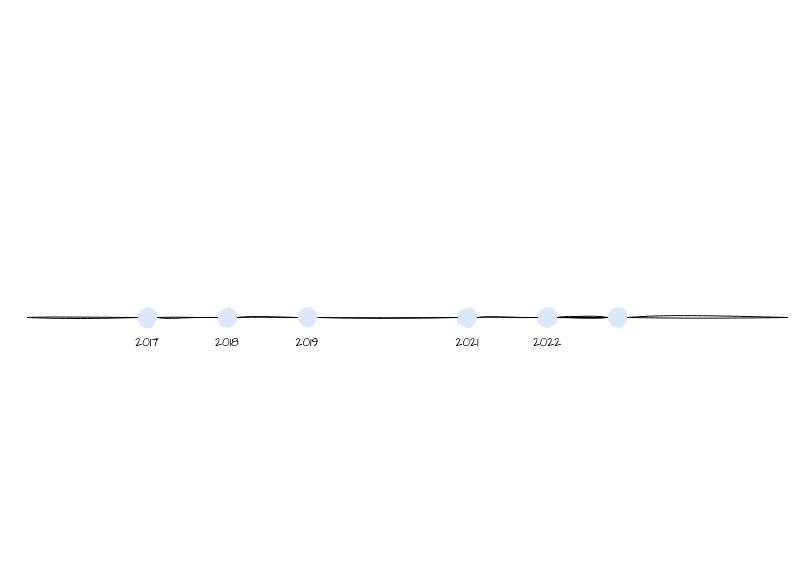
yindongjun/gangzhang.github.io keeps this draw.io diagram as Spring timeline.drawio. Above is the earlier version. Source tidied: cells renumbered, new cells numbered last; positions are measured from the earlier drawing's top-left corner, leaving out a move shared by most shapes. Both pictures are drawn from the tidied source at 100%, with x=0, y=0 at pixel (27, 307).
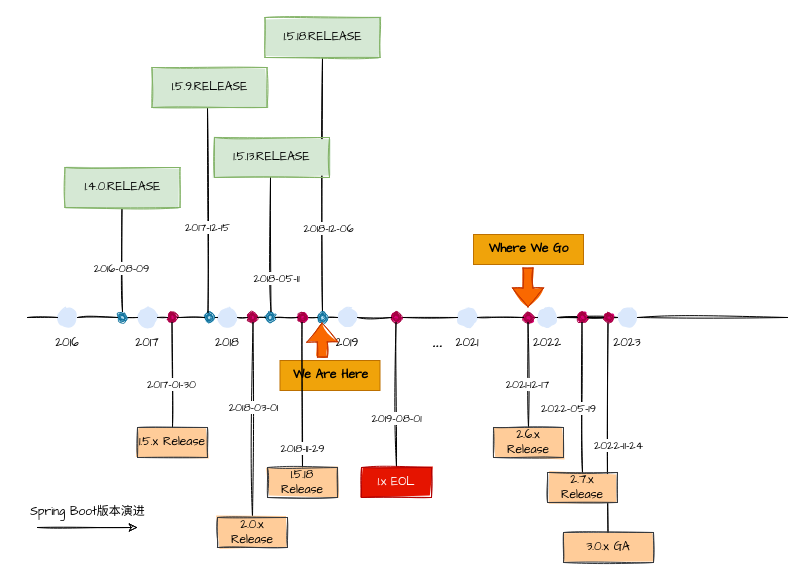
The same diagram, later.

Unchanged cells that the change refers to:
```xml
<mxCell id="3" style="ellipse;shape=doubleEllipse;whiteSpace=wrap;html=1;sketch=1;fillColor=#dae8fc;strokeColor=none;fillStyle=solid;gradientColor=none;" parent="1" vertex="1">
  <mxGeometry x="110" width="20" height="20" as="geometry" />
</mxCell>
<mxCell id="5" style="ellipse;shape=doubleEllipse;whiteSpace=wrap;html=1;sketch=1;fillColor=#dae8fc;strokeColor=none;fillStyle=solid;gradientColor=none;" parent="1" vertex="1">
  <mxGeometry x="190" width="20" height="20" as="geometry" />
</mxCell>
<mxCell id="7" style="ellipse;shape=doubleEllipse;whiteSpace=wrap;html=1;sketch=1;fillColor=#dae8fc;strokeColor=none;fillStyle=solid;gradientColor=none;" parent="1" vertex="1">
  <mxGeometry x="430" width="20" height="20" as="geometry" />
</mxCell>
<mxCell id="19" style="ellipse;shape=doubleEllipse;whiteSpace=wrap;html=1;sketch=1;fillColor=#dae8fc;strokeColor=none;fillStyle=solid;gradientColor=none;" parent="1" vertex="1">
  <mxGeometry x="510" width="20" height="20" as="geometry" />
</mxCell>
```

What changed in the source:
```diff
@@
+    <mxCell id="22" style="endArrow=none;html=1;rounded=0;sketch=1;fontFamily=Comic Sans MS;" parent="1" edge="1">
+      <mxGeometry relative="1" as="geometry">
+        <mxPoint x="295" y="5" as="sourcePoint" />
+        <mxPoint x="295" y="-250" as="targetPoint" />
+      </mxGeometry>
+    </mxCell>
+    <mxCell id="23" value="2018-12-06" style="edgeLabel;html=1;align=center;verticalAlign=middle;fontFamily=Comic Sans MS;" parent="22" vertex="1">
+      <mxGeometry x="-0.16" y="1" relative="1" as="geometry">
+        <mxPoint x="6" y="22" as="offset" />
+      </mxGeometry>
+    </mxCell>
+    <mxCell id="24" style="endArrow=none;html=1;rounded=0;sketch=1;fontFamily=Comic Sans MS;" parent="1" edge="1">
+      <mxGeometry relative="1" as="geometry">
+        <mxPoint x="580.5" y="225" as="sourcePoint" />
+        <mxPoint x="580.5" y="15" as="targetPoint" />
+      </mxGeometry>
+    </mxCell>
+    <mxCell id="25" value="2022-11-24" style="edgeLabel;html=1;align=center;verticalAlign=middle;fontFamily=Comic Sans MS;" parent="24" vertex="1">
+      <mxGeometry x="-0.16" y="1" relative="1" as="geometry">
+        <mxPoint x="11" as="offset" />
+      </mxGeometry>
+    </mxCell>
@@
-    <mxCell id="4" style="endArrow=none;html=1;rounded=0;sketch=1;" parent="1" edge="1" target="3">
-      <mxGeometry relative="1" as="geometry">
-        <mxPoint y="10" as="sourcePoint" />
-      </mxGeometry>
+    <mxCell id="4" style="endArrow=none;html=1;rounded=0;sketch=1;startArrow=none;" parent="1" edge="1" source="49" target="3">
+      <mxGeometry relative="1" as="geometry" />
     </mxCell>
@@
-    <mxCell id="6" style="endArrow=none;html=1;rounded=0;sketch=1;startArrow=none;" parent="1" edge="1" source="3" target="5">
+    <mxCell id="6" style="endArrow=none;html=1;rounded=0;sketch=1;startArrow=none;" parent="1" edge="1" source="61" target="5">
       <mxGeometry relative="1" as="geometry" />
     </mxCell>
@@
-    <mxCell id="8" style="endArrow=none;html=1;rounded=0;sketch=1;startArrow=none;" parent="1" edge="1" source="13" target="7">
+    <mxCell id="8" style="endArrow=none;html=1;rounded=0;sketch=1;startArrow=none;" parent="1" edge="1" source="83" target="7">
       <mxGeometry relative="1" as="geometry" />
     </mxCell>
@@
     <mxCell id="13" style="ellipse;shape=doubleEllipse;whiteSpace=wrap;html=1;sketch=1;fillColor=#dae8fc;strokeColor=none;fillStyle=solid;gradientColor=none;" parent="1" vertex="1">
-      <mxGeometry x="270" width="20" height="20" as="geometry" />
+      <mxGeometry x="310" width="20" height="20" as="geometry" />
     </mxCell>
-    <mxCell id="14" style="endArrow=none;html=1;rounded=0;sketch=1;startArrow=none;" parent="1" edge="1" source="5" target="13">
+    <mxCell id="14" style="endArrow=none;html=1;rounded=0;sketch=1;startArrow=none;" parent="1" edge="1" source="71" target="13">
       <mxGeometry relative="1" as="geometry" />
     </mxCell>
     <mxCell id="15" value="&lt;font face=&quot;Comic Sans MS&quot;&gt;2019&lt;/font&gt;" style="whiteSpace=wrap;html=1;fillColor=none;strokeColor=none;sketch=1;fillStyle=solid;gradientColor=none;" parent="1" vertex="1">
-      <mxGeometry x="230" y="20" width="100" height="30" as="geometry" />
+      <mxGeometry x="270" y="20" width="100" height="30" as="geometry" />
     </mxCell>
     <mxCell id="16" style="ellipse;shape=doubleEllipse;whiteSpace=wrap;html=1;sketch=1;fillColor=#dae8fc;strokeColor=none;fillStyle=solid;gradientColor=none;" parent="1" vertex="1">
-      <mxGeometry x="580" width="20" height="20" as="geometry" />
+      <mxGeometry x="590" width="20" height="20" as="geometry" />
     </mxCell>
-    <mxCell id="17" style="endArrow=none;html=1;rounded=0;sketch=1;startArrow=none;" parent="1" edge="1" source="19" target="16">
+    <mxCell id="17" style="endArrow=none;html=1;rounded=0;sketch=1;startArrow=none;" parent="1" edge="1" source="44" target="16">
       <mxGeometry relative="1" as="geometry" />
     </mxCell>
@@
-    <mxCell id="20" style="endArrow=none;html=1;rounded=0;sketch=1;startArrow=none;" parent="1" edge="1" source="7" target="19">
+    <mxCell id="20" style="endArrow=none;html=1;rounded=0;sketch=1;startArrow=none;" parent="1" edge="1" source="34" target="19">
       <mxGeometry relative="1" as="geometry" />
     </mxCell>
@@
+    <mxCell id="26" style="ellipse;shape=doubleEllipse;whiteSpace=wrap;html=1;sketch=1;fillColor=#d80073;strokeColor=#A50040;fillStyle=solid;fontColor=#ffffff;" parent="1" vertex="1">
+      <mxGeometry x="140" y="5" width="10" height="10" as="geometry" />
+    </mxCell>
+    <mxCell id="27" style="endArrow=none;html=1;rounded=0;sketch=1;startArrow=none;" parent="1" edge="1" source="3" target="26">
+      <mxGeometry relative="1" as="geometry" />
+    </mxCell>
+    <mxCell id="28" style="endArrow=none;html=1;rounded=0;sketch=1;fontFamily=Comic Sans MS;" parent="1" edge="1">
+      <mxGeometry relative="1" as="geometry">
+        <mxPoint x="145" y="120" as="sourcePoint" />
+        <mxPoint x="144.5" y="15" as="targetPoint" />
+      </mxGeometry>
+    </mxCell>
+    <mxCell id="29" value="2017-01-30" style="edgeLabel;html=1;align=center;verticalAlign=middle;fontFamily=Comic Sans MS;" parent="28" vertex="1">
+      <mxGeometry x="-0.16" y="1" relative="1" as="geometry" />
+    </mxCell>
+    <mxCell id="30" style="ellipse;shape=doubleEllipse;whiteSpace=wrap;html=1;sketch=1;fillColor=#d80073;strokeColor=#A50040;fillStyle=solid;fontColor=#ffffff;" parent="1" vertex="1">
+      <mxGeometry x="220" y="5" width="10" height="10" as="geometry" />
+    </mxCell>
+    <mxCell id="31" style="endArrow=none;html=1;rounded=0;sketch=1;startArrow=none;" parent="1" edge="1" source="5" target="30">
+      <mxGeometry relative="1" as="geometry" />
+    </mxCell>
+    <mxCell id="32" style="endArrow=none;html=1;rounded=0;sketch=1;fontFamily=Comic Sans MS;exitX=0.5;exitY=0;exitDx=0;exitDy=0;" parent="1" edge="1" source="54">
+      <mxGeometry relative="1" as="geometry">
+        <mxPoint x="225.5" y="15" as="targetPoint" />
+      </mxGeometry>
+    </mxCell>
+    <mxCell id="33" value="2018-03-01" style="edgeLabel;html=1;align=center;verticalAlign=middle;fontFamily=Comic Sans MS;" parent="32" vertex="1">
+      <mxGeometry x="-0.16" y="1" relative="1" as="geometry">
+        <mxPoint x="1" y="-28" as="offset" />
+      </mxGeometry>
+    </mxCell>
+    <mxCell id="34" style="ellipse;shape=doubleEllipse;whiteSpace=wrap;html=1;sketch=1;fillColor=#d80073;strokeColor=#A50040;fillStyle=solid;fontColor=#ffffff;" parent="1" vertex="1">
+      <mxGeometry x="496" y="5" width="10" height="10" as="geometry" />
+    </mxCell>
+    <mxCell id="35" style="endArrow=none;html=1;rounded=0;sketch=1;startArrow=none;" parent="1" edge="1" source="7" target="34">
+      <mxGeometry relative="1" as="geometry" />
+    </mxCell>
+    <mxCell id="36" style="endArrow=none;html=1;rounded=0;sketch=1;fontFamily=Comic Sans MS;" parent="1" edge="1">
+      <mxGeometry relative="1" as="geometry">
+        <mxPoint x="501" y="120" as="sourcePoint" />
+        <mxPoint x="500.5" y="15" as="targetPoint" />
+      </mxGeometry>
+    </mxCell>
+    <mxCell id="37" value="2021-12-17" style="edgeLabel;html=1;align=center;verticalAlign=middle;fontFamily=Comic Sans MS;" parent="36" vertex="1">
+      <mxGeometry x="-0.16" y="1" relative="1" as="geometry" />
+    </mxCell>
+    <mxCell id="38" style="ellipse;shape=doubleEllipse;whiteSpace=wrap;html=1;sketch=1;fillColor=#d80073;strokeColor=#A50040;fillStyle=solid;fontColor=#ffffff;" parent="1" vertex="1">
+      <mxGeometry x="550" y="5" width="10" height="10" as="geometry" />
+    </mxCell>
+    <mxCell id="39" style="endArrow=none;html=1;rounded=0;sketch=1;startArrow=none;" parent="1" edge="1" source="19" target="38">
+      <mxGeometry relative="1" as="geometry" />
+    </mxCell>
+    <mxCell id="40" style="endArrow=none;html=1;rounded=0;sketch=1;fontFamily=Comic Sans MS;" parent="1" edge="1">
+      <mxGeometry relative="1" as="geometry">
+        <mxPoint x="555" y="165" as="sourcePoint" />
+        <mxPoint x="554.5" y="15" as="targetPoint" />
+      </mxGeometry>
+    </mxCell>
+    <mxCell id="41" value="2022-05-19" style="edgeLabel;html=1;align=center;verticalAlign=middle;fontFamily=Comic Sans MS;" parent="40" vertex="1">
+      <mxGeometry x="-0.16" y="1" relative="1" as="geometry">
+        <mxPoint x="-13" y="-2" as="offset" />
+      </mxGeometry>
+    </mxCell>
+    <mxCell id="42" value="&lt;font face=&quot;Comic Sans MS&quot;&gt;2023&lt;/font&gt;" style="whiteSpace=wrap;html=1;fillColor=none;strokeColor=none;sketch=1;fillStyle=solid;gradientColor=none;" parent="1" vertex="1">
+      <mxGeometry x="550" y="20" width="100" height="30" as="geometry" />
+    </mxCell>
+    <mxCell id="43" value="&lt;font style=&quot;font-size: 24px;&quot;&gt;...&lt;/font&gt;" style="text;html=1;align=center;verticalAlign=middle;strokeColor=none;fillColor=none;fontFamily=Comic Sans MS;" parent="1" vertex="1">
+      <mxGeometry x="390" y="13" width="40" height="40" as="geometry" />
+    </mxCell>
+    <mxCell id="44" style="ellipse;shape=doubleEllipse;whiteSpace=wrap;html=1;sketch=1;fillColor=#d80073;strokeColor=#A50040;fillStyle=solid;fontColor=#ffffff;" parent="1" vertex="1">
+      <mxGeometry x="576" y="5" width="10" height="10" as="geometry" />
+    </mxCell>
+    <mxCell id="45" style="endArrow=none;html=1;rounded=0;sketch=1;startArrow=none;" parent="1" edge="1" source="38" target="44">
+      <mxGeometry relative="1" as="geometry" />
+    </mxCell>
+    <mxCell id="46" style="ellipse;shape=doubleEllipse;whiteSpace=wrap;html=1;sketch=1;fillColor=#dae8fc;strokeColor=none;fillStyle=solid;gradientColor=none;" parent="1" vertex="1">
+      <mxGeometry x="30" width="20" height="20" as="geometry" />
+    </mxCell>
+    <mxCell id="47" style="endArrow=none;html=1;rounded=0;sketch=1;" parent="1" edge="1" target="46">
+      <mxGeometry relative="1" as="geometry">
+        <mxPoint y="10" as="sourcePoint" />
+      </mxGeometry>
+    </mxCell>
+    <mxCell id="48" value="&lt;font face=&quot;Comic Sans MS&quot;&gt;2016&lt;/font&gt;" style="whiteSpace=wrap;html=1;fillColor=none;strokeColor=none;sketch=1;fillStyle=solid;gradientColor=none;" parent="1" vertex="1">
+      <mxGeometry x="-10" y="20" width="100" height="30" as="geometry" />
+    </mxCell>
+    <mxCell id="49" style="ellipse;shape=doubleEllipse;whiteSpace=wrap;html=1;sketch=1;fillColor=#b1ddf0;strokeColor=#10739e;fillStyle=solid;" parent="1" vertex="1">
+      <mxGeometry x="90" y="5" width="10" height="10" as="geometry" />
+    </mxCell>
+    <mxCell id="50" style="endArrow=none;html=1;rounded=0;sketch=1;startArrow=none;" parent="1" edge="1" source="46" target="49">
+      <mxGeometry relative="1" as="geometry" />
+    </mxCell>
+    <mxCell id="51" style="endArrow=none;html=1;rounded=0;sketch=1;fontFamily=Comic Sans MS;" parent="1" edge="1">
+      <mxGeometry relative="1" as="geometry">
+        <mxPoint x="95" y="4" as="sourcePoint" />
+        <mxPoint x="94.5" y="-101" as="targetPoint" />
+      </mxGeometry>
+    </mxCell>
+    <mxCell id="52" value="2016-08-09" style="edgeLabel;html=1;align=center;verticalAlign=middle;fontFamily=Comic Sans MS;" parent="51" vertex="1">
+      <mxGeometry x="-0.16" y="1" relative="1" as="geometry" />
+    </mxCell>
+    <mxCell id="53" value="&lt;span style=&quot;&quot;&gt;1.5.x Release&lt;/span&gt;" style="rounded=0;whiteSpace=wrap;html=1;sketch=1;fillStyle=solid;strokeColor=#36393d;fontFamily=Comic Sans MS;fontSize=12;fillColor=#ffcc99;" parent="1" vertex="1">
+      <mxGeometry x="110" y="120" width="70" height="30" as="geometry" />
+    </mxCell>
+    <mxCell id="54" value="&lt;span style=&quot;&quot;&gt;2.0.x Release&lt;/span&gt;" style="rounded=0;whiteSpace=wrap;html=1;sketch=1;fillStyle=solid;strokeColor=#36393d;fontFamily=Comic Sans MS;fontSize=12;fillColor=#ffcc99;" parent="1" vertex="1">
+      <mxGeometry x="190" y="210" width="70" height="30" as="geometry" />
+    </mxCell>
+    <mxCell id="55" value="&lt;span style=&quot;&quot;&gt;2.6.x Release&lt;/span&gt;" style="rounded=0;whiteSpace=wrap;html=1;sketch=1;fillStyle=solid;strokeColor=#36393d;fontFamily=Comic Sans MS;fontSize=12;fillColor=#ffcc99;" parent="1" vertex="1">
+      <mxGeometry x="466" y="120" width="70" height="30" as="geometry" />
+    </mxCell>
+    <mxCell id="56" value="&lt;span style=&quot;&quot;&gt;2.7.x Release&lt;/span&gt;" style="rounded=0;whiteSpace=wrap;html=1;sketch=1;fillStyle=solid;strokeColor=#36393d;fontFamily=Comic Sans MS;fontSize=12;fillColor=#ffcc99;" parent="1" vertex="1">
+      <mxGeometry x="520" y="165" width="70" height="30" as="geometry" />
+    </mxCell>
+    <mxCell id="57" value="&lt;span style=&quot;&quot;&gt;3.0.x GA&lt;/span&gt;" style="rounded=0;whiteSpace=wrap;html=1;sketch=1;fillStyle=solid;strokeColor=#36393d;fontFamily=Comic Sans MS;fontSize=12;fillColor=#ffcc99;" parent="1" vertex="1">
+      <mxGeometry x="536" y="225" width="90" height="30" as="geometry" />
+    </mxCell>
+    <mxCell id="58" value="&lt;span style=&quot;&quot;&gt;1.4.0.RELEASE&lt;/span&gt;" style="rounded=0;whiteSpace=wrap;html=1;sketch=1;fillStyle=solid;strokeColor=#82b366;fontFamily=Comic Sans MS;fontSize=12;fillColor=#d5e8d4;" parent="1" vertex="1">
+      <mxGeometry x="37.5" y="-140" width="115" height="40" as="geometry" />
+    </mxCell>
+    <mxCell id="59" style="endArrow=classic;html=1;rounded=0;sketch=1;fontFamily=Comic Sans MS;fontSize=12;" parent="1" edge="1">
+      <mxGeometry relative="1" as="geometry">
+        <mxPoint x="10" y="220" as="sourcePoint" />
+        <mxPoint x="110" y="220" as="targetPoint" />
+      </mxGeometry>
+    </mxCell>
+    <mxCell id="60" value="Spring Boot版本演进" style="text;html=1;align=center;verticalAlign=middle;strokeColor=none;fillColor=none;fontSize=12;fontFamily=Comic Sans MS;" parent="1" vertex="1">
+      <mxGeometry x="-10" y="190" width="140" height="30" as="geometry" />
+    </mxCell>
+    <mxCell id="61" style="ellipse;shape=doubleEllipse;whiteSpace=wrap;html=1;sketch=1;fillColor=#b1ddf0;strokeColor=#10739e;fillStyle=solid;" parent="1" vertex="1">
+      <mxGeometry x="177" y="5" width="10" height="10" as="geometry" />
+    </mxCell>
+    <mxCell id="62" style="endArrow=none;html=1;rounded=0;sketch=1;startArrow=none;" parent="1" edge="1" source="26" target="61">
+      <mxGeometry relative="1" as="geometry" />
+    </mxCell>
+    <mxCell id="63" style="endArrow=none;html=1;rounded=0;sketch=1;fontFamily=Comic Sans MS;" parent="1" edge="1">
+      <mxGeometry relative="1" as="geometry">
+        <mxPoint x="180.5" y="5" as="sourcePoint" />
+        <mxPoint x="180" y="-200" as="targetPoint" />
+      </mxGeometry>
+    </mxCell>
+    <mxCell id="64" value="2017-12-15" style="edgeLabel;html=1;align=center;verticalAlign=middle;fontFamily=Comic Sans MS;" parent="63" vertex="1">
+      <mxGeometry x="-0.16" y="1" relative="1" as="geometry" />
+    </mxCell>
+    <mxCell id="65" value="&lt;span style=&quot;&quot;&gt;1.5.9.RELEASE&lt;/span&gt;" style="rounded=0;whiteSpace=wrap;html=1;sketch=1;fillStyle=solid;strokeColor=#82b366;fontFamily=Comic Sans MS;fontSize=12;fillColor=#d5e8d4;" parent="1" vertex="1">
+      <mxGeometry x="124.5" y="-240" width="115" height="40" as="geometry" />
+    </mxCell>
+    <mxCell id="66" style="ellipse;shape=doubleEllipse;whiteSpace=wrap;html=1;sketch=1;fillColor=#b1ddf0;strokeColor=#10739e;fillStyle=solid;" parent="1" vertex="1">
+      <mxGeometry x="238" y="5" width="10" height="10" as="geometry" />
+    </mxCell>
+    <mxCell id="67" style="endArrow=none;html=1;rounded=0;sketch=1;startArrow=none;" parent="1" edge="1" source="30" target="66">
+      <mxGeometry relative="1" as="geometry" />
+    </mxCell>
+    <mxCell id="68" style="endArrow=none;html=1;rounded=0;sketch=1;fontFamily=Comic Sans MS;" parent="1" edge="1">
+      <mxGeometry relative="1" as="geometry">
+        <mxPoint x="243.5" y="4" as="sourcePoint" />
+        <mxPoint x="243" y="-130" as="targetPoint" />
+      </mxGeometry>
+    </mxCell>
+    <mxCell id="69" value="2018-05-11" style="edgeLabel;html=1;align=center;verticalAlign=middle;fontFamily=Comic Sans MS;" parent="68" vertex="1">
+      <mxGeometry x="-0.16" y="1" relative="1" as="geometry">
+        <mxPoint x="6" y="22" as="offset" />
+      </mxGeometry>
+    </mxCell>
+    <mxCell id="70" value="&lt;span style=&quot;&quot;&gt;1.5.13.RELEASE&lt;/span&gt;" style="rounded=0;whiteSpace=wrap;html=1;sketch=1;fillStyle=solid;strokeColor=#82b366;fontFamily=Comic Sans MS;fontSize=12;fillColor=#d5e8d4;" parent="1" vertex="1">
+      <mxGeometry x="187" y="-170" width="115" height="40" as="geometry" />
+    </mxCell>
+    <mxCell id="71" style="ellipse;shape=doubleEllipse;whiteSpace=wrap;html=1;sketch=1;fillColor=#b1ddf0;strokeColor=#10739e;fillStyle=solid;" parent="1" vertex="1">
+      <mxGeometry x="290" y="5" width="10" height="10" as="geometry" />
+    </mxCell>
+    <mxCell id="72" style="endArrow=none;html=1;rounded=0;sketch=1;startArrow=none;" parent="1" edge="1" source="76" target="71">
+      <mxGeometry relative="1" as="geometry" />
+    </mxCell>
+    <mxCell id="73" value="&lt;span style=&quot;&quot;&gt;1.5.18.RELEASE&lt;/span&gt;" style="rounded=0;whiteSpace=wrap;html=1;sketch=1;fillStyle=solid;strokeColor=#82b366;fontFamily=Comic Sans MS;fontSize=12;fillColor=#d5e8d4;" parent="1" vertex="1">
+      <mxGeometry x="237.5" y="-290" width="115" height="40" as="geometry" />
+    </mxCell>
+    <mxCell id="74" style="shape=flexArrow;endArrow=classic;html=1;rounded=0;sketch=1;fontFamily=Comic Sans MS;fontSize=12;fontColor=#FFB570;fillColor=#fa6800;strokeColor=#C73500;fillStyle=solid;" parent="1" edge="1">
+      <mxGeometry relative="1" as="geometry">
+        <mxPoint x="295" y="50" as="sourcePoint" />
+        <mxPoint x="294.5" y="15" as="targetPoint" />
+      </mxGeometry>
+    </mxCell>
+    <mxCell id="75" value="&lt;b&gt;We Are Here&lt;/b&gt;" style="text;html=1;align=center;verticalAlign=middle;strokeColor=#BD7000;fillColor=#f0a30a;fontSize=12;fontFamily=Comic Sans MS;fontColor=#000000;" parent="1" vertex="1">
+      <mxGeometry x="252.5" y="53" width="100" height="30" as="geometry" />
+    </mxCell>
+    <mxCell id="76" style="ellipse;shape=doubleEllipse;whiteSpace=wrap;html=1;sketch=1;fillColor=#d80073;strokeColor=#A50040;fillStyle=solid;fontColor=#ffffff;" parent="1" vertex="1">
+      <mxGeometry x="270" y="5" width="10" height="10" as="geometry" />
+    </mxCell>
+    <mxCell id="77" style="endArrow=none;html=1;rounded=0;sketch=1;startArrow=none;" parent="1" edge="1" source="66" target="76">
+      <mxGeometry relative="1" as="geometry" />
+    </mxCell>
+    <mxCell id="78" style="endArrow=none;html=1;rounded=0;sketch=1;fontFamily=Comic Sans MS;" parent="1" edge="1">
+      <mxGeometry relative="1" as="geometry">
+        <mxPoint x="275" y="160" as="sourcePoint" />
+        <mxPoint x="274.5" y="15" as="targetPoint" />
+      </mxGeometry>
+    </mxCell>
+    <mxCell id="79" value="2018-11-29" style="edgeLabel;html=1;align=center;verticalAlign=middle;fontFamily=Comic Sans MS;" parent="78" vertex="1">
+      <mxGeometry x="-0.16" y="1" relative="1" as="geometry">
+        <mxPoint x="1" y="41" as="offset" />
+      </mxGeometry>
+    </mxCell>
+    <mxCell id="80" value="&lt;span style=&quot;&quot;&gt;1.5.18 Release&lt;/span&gt;" style="rounded=0;whiteSpace=wrap;html=1;sketch=1;fillStyle=solid;strokeColor=#36393d;fontFamily=Comic Sans MS;fontSize=12;fillColor=#ffcc99;" parent="1" vertex="1">
+      <mxGeometry x="240" y="160" width="70" height="30" as="geometry" />
+    </mxCell>
+    <mxCell id="81" style="shape=flexArrow;endArrow=classic;html=1;rounded=0;sketch=1;fontFamily=Comic Sans MS;fontSize=12;fontColor=#FFB570;fillColor=#fa6800;strokeColor=#C73500;fillStyle=solid;" parent="1" edge="1">
+      <mxGeometry relative="1" as="geometry">
+        <mxPoint x="500.5" y="-40" as="sourcePoint" />
+        <mxPoint x="500.5" as="targetPoint" />
+      </mxGeometry>
+    </mxCell>
+    <mxCell id="82" value="&lt;b&gt;Where We Go&lt;/b&gt;" style="text;html=1;align=center;verticalAlign=middle;strokeColor=#BD7000;fillColor=#f0a30a;fontSize=12;fontFamily=Comic Sans MS;fontColor=#000000;" parent="1" vertex="1">
+      <mxGeometry x="446" y="-73" width="110" height="30" as="geometry" />
+    </mxCell>
+    <mxCell id="83" style="ellipse;shape=doubleEllipse;whiteSpace=wrap;html=1;sketch=1;fillColor=#d80073;strokeColor=#A50040;fillStyle=solid;fontColor=#ffffff;" parent="1" vertex="1">
+      <mxGeometry x="364" y="5" width="10" height="10" as="geometry" />
+    </mxCell>
+    <mxCell id="84" style="endArrow=none;html=1;rounded=0;sketch=1;startArrow=none;" parent="1" edge="1" source="13" target="83">
+      <mxGeometry relative="1" as="geometry" />
+    </mxCell>
+    <mxCell id="85" style="endArrow=none;html=1;rounded=0;sketch=1;fontFamily=Comic Sans MS;" parent="1" edge="1">
+      <mxGeometry relative="1" as="geometry">
+        <mxPoint x="369" y="160" as="sourcePoint" />
+        <mxPoint x="368.5" y="15" as="targetPoint" />
+      </mxGeometry>
+    </mxCell>
+    <mxCell id="86" value="2019-08-01" style="edgeLabel;html=1;align=center;verticalAlign=middle;fontFamily=Comic Sans MS;" parent="85" vertex="1">
+      <mxGeometry x="-0.16" y="1" relative="1" as="geometry">
+        <mxPoint x="1" y="11" as="offset" />
+      </mxGeometry>
+    </mxCell>
+    <mxCell id="87" value="&lt;span style=&quot;&quot;&gt;1.x EOL&lt;/span&gt;" style="rounded=0;whiteSpace=wrap;html=1;sketch=1;fillStyle=solid;strokeColor=#B20000;fontFamily=Comic Sans MS;fontSize=12;fillColor=#e51400;fontColor=#ffffff;" parent="1" vertex="1">
+      <mxGeometry x="334" y="160" width="70" height="30" as="geometry" />
+    </mxCell>
```
